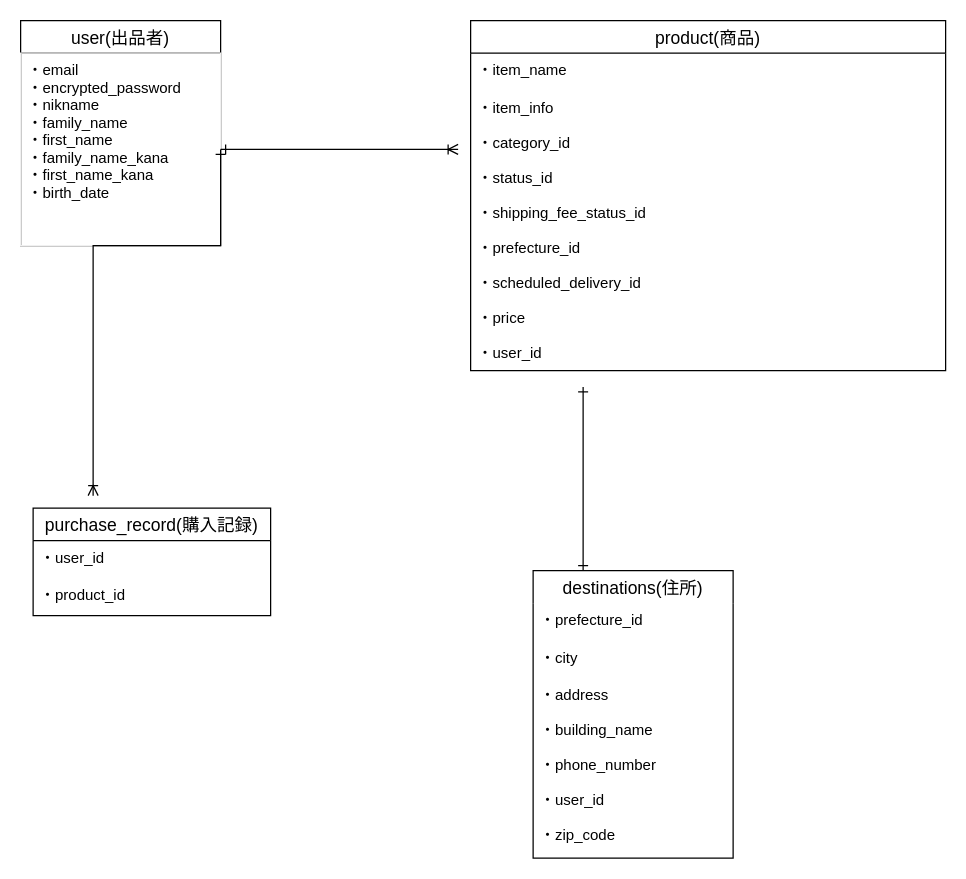
The draw.io diagram ER図.dio in Libeka/furima-34260, before the edit. Source tidied: cells renumbered, new cells numbered last; positions are measured from the earlier drawing's top-left corner, leaving out a move shared by most shapes. Both pictures are drawn from the tidied source at 125%, with x=0, y=0 at pixel (20, 20).
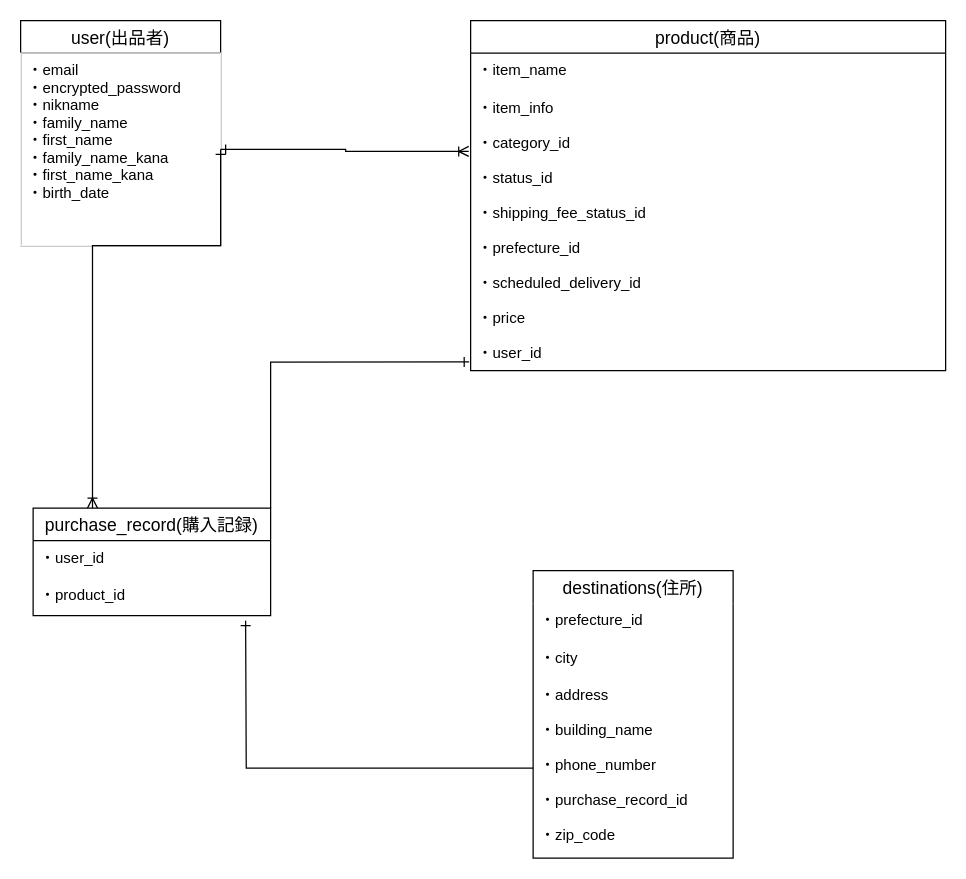
Above is the later version.

Unchanged cells that the change refers to:
```xml
<mxCell id="3" value="・email&#10;・encrypted_password&#10;・nikname&#10;・family_name&#10;・first_name&#10;・family_name_kana&#10;・first_name_kana&#10;・birth_date" style="text;fillColor=none;spacingLeft=4;spacingRight=4;overflow=hidden;points=[[0,0.5],[1,0.5]];portConstraint=eastwest;fontSize=12;strokeColor=#f0f0f0;" parent="2" vertex="1">
  <mxGeometry y="26" width="160" height="154" as="geometry" />
</mxCell>
<mxCell id="6" value="・item_info&#10;&#10;・category_id&#10;&#10;・status_id&#10;&#10;・shipping_fee_status_id&#10;&#10;・prefecture_id&#10;&#10;・scheduled_delivery_id&#10;&#10;・price&#10;&#10;・user_id&#10;&#10;&#10;" style="text;strokeColor=none;fillColor=none;spacingLeft=4;spacingRight=4;overflow=hidden;points=[[0,0.5],[1,0.5]];portConstraint=eastwest;fontSize=12;" parent="4" vertex="1">
  <mxGeometry y="56" width="380" height="224" as="geometry" />
</mxCell>
<mxCell id="8" value="destinations(住所)" style="swimlane;fontStyle=0;horizontal=1;startSize=26;align=center;fontSize=14;swimlaneLine=0;" parent="1" vertex="1">
  <mxGeometry x="410" y="440" width="160" height="230" as="geometry" />
</mxCell>
<mxCell id="12" value="purchase_record(購入記録)" style="swimlane;fontStyle=0;horizontal=1;startSize=26;align=center;fontSize=14;" parent="1" vertex="1">
  <mxGeometry x="10" y="390" width="190" height="86" as="geometry" />
</mxCell>
```

Diff of the diagram source:
```diff
@@
-    <mxCell id="7" style="edgeStyle=orthogonalEdgeStyle;rounded=0;jettySize=auto;html=1;exitX=0.25;exitY=0;exitDx=0;exitDy=0;endArrow=ERone;endFill=0;startArrow=ERone;startFill=0;" parent="1" edge="1" source="8">
-      <mxGeometry relative="1" as="geometry">
-        <mxPoint x="450" y="293" as="targetPoint" />
-        <Array as="points">
-          <mxPoint x="450" y="293" />
-        </Array>
-      </mxGeometry>
-    </mxCell>
@@
-    <mxCell id="11" value="・address&#10;&#10;・building_name&#10;&#10;・phone_number&#10;&#10;・user_id&#10;&#10;・zip_code&#10;" style="text;strokeColor=none;fillColor=none;spacingLeft=4;spacingRight=4;overflow=hidden;fontSize=12;" parent="8" vertex="1">
-      <mxGeometry y="86" width="160" height="144" as="geometry" />
-    </mxCell>
+    <mxCell id="17" value="・address&#10;&#10;・building_name&#10;&#10;・phone_number&#10;&#10;・purchase_record_id&#10;&#10;・zip_code&#10;" style="text;strokeColor=none;fillColor=none;spacingLeft=4;spacingRight=4;overflow=hidden;points=[[0,0.5],[1,0.5]];portConstraint=eastwest;fontSize=12;" parent="8" vertex="1">
+      <mxGeometry y="86" width="160" height="144" as="geometry" />
+    </mxCell>
+    <mxCell id="18" style="edgeStyle=orthogonalEdgeStyle;rounded=0;jettySize=auto;html=1;exitX=1;exitY=0;exitDx=0;exitDy=0;entryX=-0.003;entryY=0.969;entryDx=0;entryDy=0;entryPerimeter=0;endArrow=ERone;endFill=0;" parent="1" edge="1" source="12" target="6">
+      <mxGeometry relative="1" as="geometry" />
+    </mxCell>
@@
-    <mxCell id="15" style="edgeStyle=orthogonalEdgeStyle;rounded=0;jumpSize=30;jettySize=auto;html=1;exitX=1;exitY=0.5;exitDx=0;exitDy=0;startArrow=ERone;startFill=0;endArrow=ERoneToMany;endFill=0;strokeWidth=1;" parent="1" edge="1" source="3">
-      <mxGeometry relative="1" as="geometry">
-        <mxPoint x="350" y="103" as="targetPoint" />
-      </mxGeometry>
+    <mxCell id="15" style="edgeStyle=orthogonalEdgeStyle;rounded=0;jumpSize=30;jettySize=auto;html=1;exitX=1;exitY=0.5;exitDx=0;exitDy=0;startArrow=ERone;startFill=0;endArrow=ERoneToMany;endFill=0;strokeWidth=1;entryX=-0.004;entryY=0.217;entryDx=0;entryDy=0;entryPerimeter=0;" parent="1" edge="1" source="3" target="6">
+      <mxGeometry relative="1" as="geometry" />
     </mxCell>
-    <mxCell id="16" style="edgeStyle=orthogonalEdgeStyle;rounded=0;jumpSize=30;jettySize=auto;html=1;exitX=1;exitY=0.5;exitDx=0;exitDy=0;startArrow=ERone;startFill=0;endArrow=ERoneToMany;endFill=0;" parent="1" edge="1" source="3">
+    <mxCell id="16" style="edgeStyle=orthogonalEdgeStyle;rounded=0;jumpSize=30;jettySize=auto;html=1;exitX=1;exitY=0.5;exitDx=0;exitDy=0;startArrow=ERone;startFill=0;endArrow=ERoneToMany;endFill=0;entryX=0.25;entryY=0;entryDx=0;entryDy=0;" parent="1" edge="1" source="3" target="12">
       <mxGeometry relative="1" as="geometry">
-        <mxPoint x="58" y="380" as="targetPoint" />
         <Array as="points">
           <mxPoint x="160" y="180" />
-          <mxPoint x="58" y="180" />
+          <mxPoint x="57" y="180" />
         </Array>
       </mxGeometry>
     </mxCell>
+    <mxCell id="19" style="edgeStyle=orthogonalEdgeStyle;rounded=0;jettySize=auto;html=1;endArrow=ERone;endFill=0;" parent="1" edge="1" source="17">
+      <mxGeometry relative="1" as="geometry">
+        <mxPoint x="180" y="480" as="targetPoint" />
+      </mxGeometry>
+    </mxCell>
```
